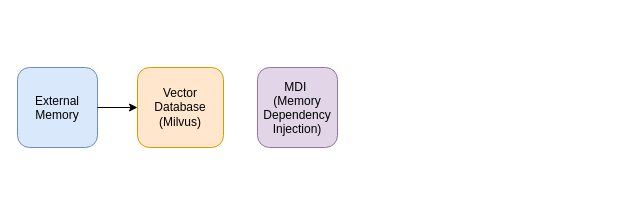
mrzen33/DBED-Practical-4 keeps this draw.io diagram as Untitled Diagram.drawio. Above is the earlier version. Source tidied: cells renumbered, new cells numbered last; positions are measured from the earlier drawing's top-left corner, leaving out a move shared by most shapes. Both pictures are drawn from the tidied source at 100%, with x=0, y=0 at pixel (17, 67).
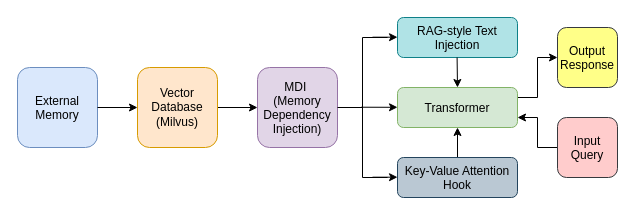
The same page after the edit.

Unchanged cells that the change refers to:
```xml
<mxCell id="5" value="&lt;p class=&quot;p1&quot; style=&quot;margin: 0px; font-variant-numeric: normal; font-variant-east-asian: normal; font-variant-alternates: normal; font-size-adjust: none; font-language-override: normal; font-kerning: auto; font-optical-sizing: auto; font-feature-settings: normal; font-variation-settings: normal; font-variant-position: normal; font-variant-emoji: normal; font-stretch: normal; line-height: normal;&quot;&gt;MDI&amp;nbsp;&lt;/p&gt;&lt;p class=&quot;p1&quot; style=&quot;margin: 0px; font-variant-numeric: normal; font-variant-east-asian: normal; font-variant-alternates: normal; font-size-adjust: none; font-language-override: normal; font-kerning: auto; font-optical-sizing: auto; font-feature-settings: normal; font-variation-settings: normal; font-variant-position: normal; font-variant-emoji: normal; font-stretch: normal; line-height: normal;&quot;&gt;(Memory Dependency Injection)&lt;/p&gt;" style="rounded=1;whiteSpace=wrap;html=1;align=center;fillColor=#e1d5e7;strokeColor=#9673a6;" parent="1" vertex="1">
  <mxGeometry x="240" width="80" height="80" as="geometry" />
</mxCell>
```

The edit, as a diff of the source:
```diff
@@
+    <mxCell id="6" style="edgeStyle=orthogonalEdgeStyle;rounded=0;jettySize=auto;html=1;" parent="1" edge="1" source="2" target="5">
+      <mxGeometry relative="1" as="geometry" />
+    </mxCell>
     <mxCell id="2" value="Vector Database (&lt;span style=&quot;text-align: start; background-color: transparent; color: light-dark(rgb(0, 0, 0), rgb(255, 255, 255));&quot;&gt;Milvus)&lt;/span&gt;" style="rounded=1;whiteSpace=wrap;html=1;fillColor=#ffe6cc;strokeColor=#d79b00;" parent="1" vertex="1">
-      <mxGeometry x="120" width="86" height="80" as="geometry" />
+      <mxGeometry x="120" width="80" height="80" as="geometry" />
     </mxCell>
@@
+    <mxCell id="7" value="&lt;p class=&quot;p1&quot; style=&quot;margin: 0px; font-variant-numeric: normal; font-variant-east-asian: normal; font-variant-alternates: normal; font-size-adjust: none; font-language-override: normal; font-kerning: auto; font-optical-sizing: auto; font-feature-settings: normal; font-variation-settings: normal; font-variant-position: normal; font-variant-emoji: normal; font-stretch: normal; line-height: normal;&quot;&gt;RAG-style Text Injection&lt;/p&gt;" style="rounded=1;whiteSpace=wrap;html=1;align=center;fillColor=#b0e3e6;strokeColor=#0e8088;" parent="1" vertex="1">
+      <mxGeometry x="380" y="-50" width="120" height="40" as="geometry" />
+    </mxCell>
+    <mxCell id="8" style="edgeStyle=orthogonalEdgeStyle;rounded=0;jettySize=auto;html=1;" parent="1" edge="1" source="9" target="11">
+      <mxGeometry relative="1" as="geometry" />
+    </mxCell>
+    <mxCell id="9" value="&lt;p class=&quot;p1&quot; style=&quot;margin: 0px; font-variant-numeric: normal; font-variant-east-asian: normal; font-variant-alternates: normal; font-size-adjust: none; font-language-override: normal; font-kerning: auto; font-optical-sizing: auto; font-feature-settings: normal; font-variation-settings: normal; font-variant-position: normal; font-variant-emoji: normal; font-stretch: normal; line-height: normal;&quot;&gt;Key-Value Attention Hook&lt;/p&gt;" style="rounded=1;whiteSpace=wrap;html=1;align=center;fillColor=#bac8d3;strokeColor=#23445d;" parent="1" vertex="1">
+      <mxGeometry x="380" y="90" width="120" height="40" as="geometry" />
+    </mxCell>
+    <mxCell id="10" style="edgeStyle=orthogonalEdgeStyle;rounded=0;jettySize=auto;html=1;entryX=0;entryY=0.5;entryDx=0;entryDy=0;" parent="1" edge="1" source="11" target="17">
+      <mxGeometry relative="1" as="geometry">
+        <Array as="points">
+          <mxPoint x="520" y="30" />
+          <mxPoint x="520" y="-10" />
+        </Array>
+      </mxGeometry>
+    </mxCell>
+    <mxCell id="11" value="&lt;p class=&quot;p1&quot; style=&quot;margin: 0px; font-variant-numeric: normal; font-variant-east-asian: normal; font-variant-alternates: normal; font-size-adjust: none; font-language-override: normal; font-kerning: auto; font-optical-sizing: auto; font-feature-settings: normal; font-variation-settings: normal; font-variant-position: normal; font-variant-emoji: normal; font-stretch: normal; line-height: normal; text-align: start;&quot;&gt;Transformer&lt;/p&gt;" style="rounded=1;whiteSpace=wrap;html=1;fillColor=#d5e8d4;strokeColor=#82b366;" parent="1" vertex="1">
+      <mxGeometry x="380" y="20" width="120" height="40" as="geometry" />
+    </mxCell>
+    <mxCell id="12" style="strokeWidth=1;html=1;shape=mxgraph.flowchart.annotation_2;align=left;labelPosition=right;" parent="1" vertex="1">
+      <mxGeometry x="320" y="-30" width="50" height="140" as="geometry" />
+    </mxCell>
+    <mxCell id="13" style="endArrow=classic;html=1;rounded=0;exitX=0.5;exitY=0;exitDx=0;exitDy=0;exitPerimeter=0;entryX=1;entryY=0;entryDx=0;entryDy=0;entryPerimeter=0;" parent="1" edge="1">
+      <mxGeometry relative="1" as="geometry">
+        <mxPoint x="355" y="-30.3" as="sourcePoint" />
+        <mxPoint x="380" y="-30.3" as="targetPoint" />
+      </mxGeometry>
+    </mxCell>
+    <mxCell id="14" style="endArrow=classic;html=1;rounded=0;exitX=0.473;exitY=0.498;exitDx=0;exitDy=0;exitPerimeter=0;entryX=1;entryY=0;entryDx=0;entryDy=0;entryPerimeter=0;" parent="1" edge="1" source="12">
+      <mxGeometry relative="1" as="geometry">
+        <mxPoint x="380" y="39.8" as="targetPoint" />
+      </mxGeometry>
+    </mxCell>
+    <mxCell id="15" style="endArrow=classic;html=1;rounded=0;exitX=0.5;exitY=0;exitDx=0;exitDy=0;exitPerimeter=0;entryX=1;entryY=0;entryDx=0;entryDy=0;entryPerimeter=0;" parent="1" edge="1">
+      <mxGeometry relative="1" as="geometry">
+        <mxPoint x="355" y="109.7" as="sourcePoint" />
+        <mxPoint x="380" y="109.7" as="targetPoint" />
+      </mxGeometry>
+    </mxCell>
+    <mxCell id="16" style="endArrow=classic;html=1;rounded=0;entryX=0.5;entryY=0;entryDx=0;entryDy=0;" parent="1" edge="1" target="11">
+      <mxGeometry relative="1" as="geometry">
+        <mxPoint x="439.6" y="-10" as="sourcePoint" />
+      </mxGeometry>
+    </mxCell>
+    <mxCell id="17" value="&lt;p class=&quot;p1&quot; style=&quot;margin: 0px; font-variant-numeric: normal; font-variant-east-asian: normal; font-variant-alternates: normal; font-size-adjust: none; font-language-override: normal; font-kerning: auto; font-optical-sizing: auto; font-feature-settings: normal; font-variation-settings: normal; font-variant-position: normal; font-variant-emoji: normal; font-stretch: normal; line-height: normal;&quot;&gt;Output Response&lt;/p&gt;" style="rounded=1;whiteSpace=wrap;html=1;align=center;fillColor=#ffff88;strokeColor=#36393d;" parent="1" vertex="1">
+      <mxGeometry x="540" y="-40" width="60" height="60" as="geometry" />
+    </mxCell>
+    <mxCell id="18" style="edgeStyle=orthogonalEdgeStyle;rounded=0;jettySize=auto;html=1;" parent="1" edge="1" source="19" target="11">
+      <mxGeometry relative="1" as="geometry">
+        <Array as="points">
+          <mxPoint x="520" y="80" />
+          <mxPoint x="520" y="50" />
+        </Array>
+      </mxGeometry>
+    </mxCell>
+    <mxCell id="19" value="&lt;p class=&quot;p1&quot; style=&quot;margin: 0px; font-variant-numeric: normal; font-variant-east-asian: normal; font-variant-alternates: normal; font-size-adjust: none; font-language-override: normal; font-kerning: auto; font-optical-sizing: auto; font-feature-settings: normal; font-variation-settings: normal; font-variant-position: normal; font-variant-emoji: normal; font-stretch: normal; line-height: normal;&quot;&gt;Input Query&lt;/p&gt;" style="rounded=1;whiteSpace=wrap;html=1;align=center;fillColor=#ffcccc;strokeColor=#36393d;" parent="1" vertex="1">
+      <mxGeometry x="540" y="50" width="60" height="60" as="geometry" />
+    </mxCell>
```
